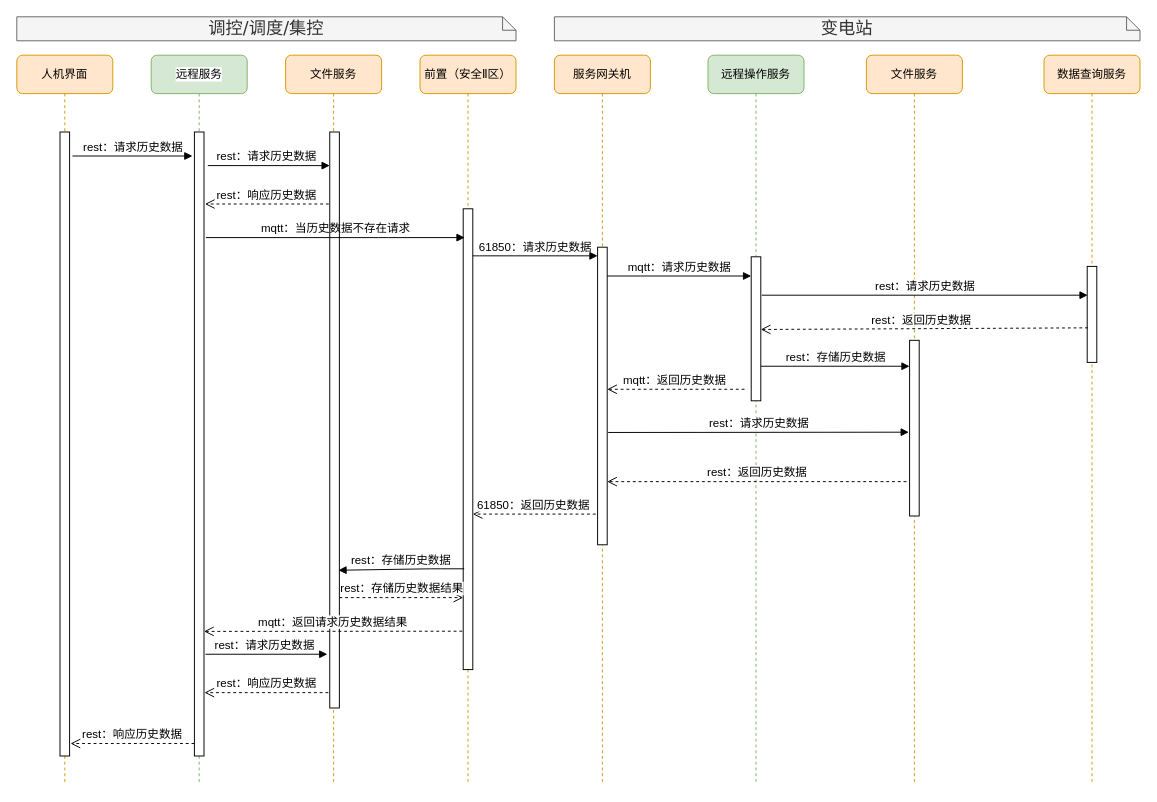
This is page "历史数据调阅" (1 of 4) of 远程服务.drawio from qwe995272801/taowenxiang, a draw.io file, before an edit. Source tidied: cells renumbered, new cells numbered last; positions are measured from the earlier drawing's top-left corner, leaving out a move shared by most shapes. Both pictures are drawn from the tidied source at 96%, with x=0, y=0 at pixel (16, 16).
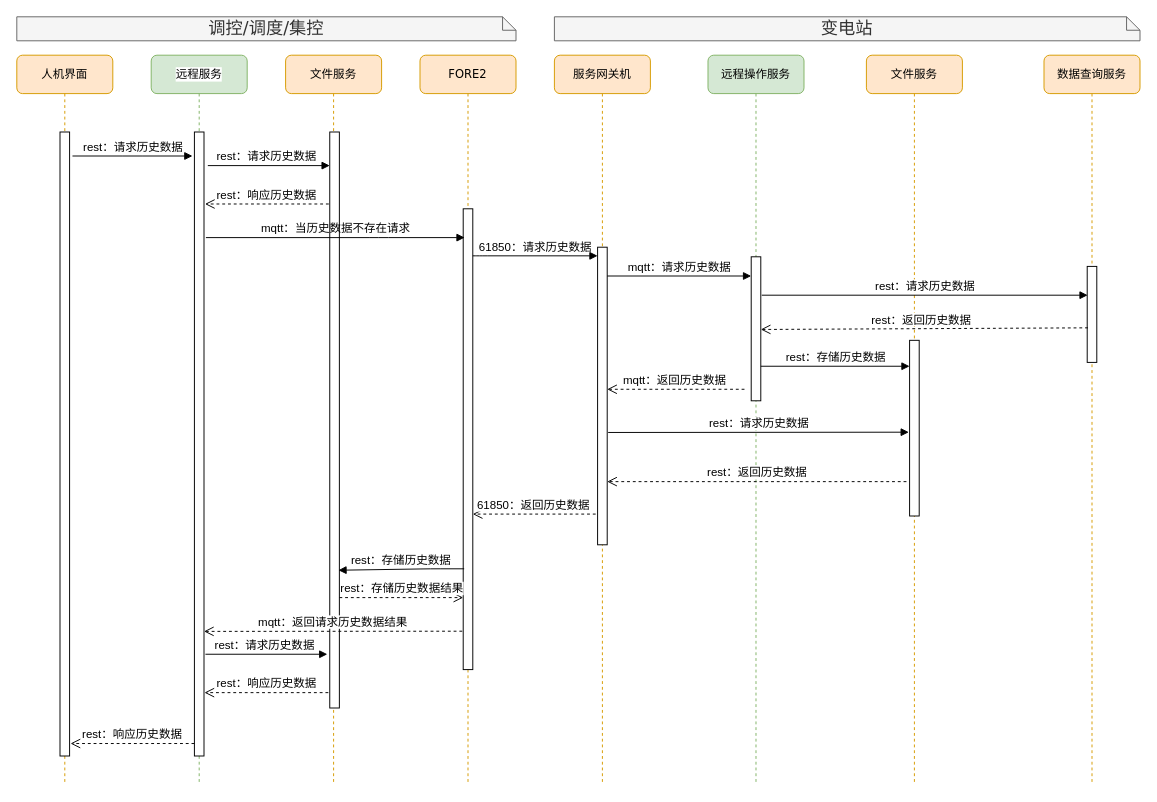
The same diagram, later.

What changed in the source:
```diff
@@
-    <mxCell id="4" value="前置（安全Ⅱ区）" style="shape=umlLifeline;perimeter=lifelinePerimeter;whiteSpace=wrap;html=1;rounded=1;shadow=0;comic=0;labelBackgroundColor=none;strokeWidth=1;fontFamily=Verdana;fontSize=12;align=center;fillColor=#ffe6cc;strokeColor=#d79b00;" parent="1" vertex="1">
+    <mxCell id="4" value="FORE2" style="shape=umlLifeline;perimeter=lifelinePerimeter;whiteSpace=wrap;html=1;rounded=1;shadow=0;comic=0;labelBackgroundColor=none;strokeWidth=1;fontFamily=Verdana;fontSize=12;align=center;fillColor=#ffe6cc;strokeColor=#d79b00;" parent="1" vertex="1">
       <mxGeometry x="420" y="40" width="100" height="760" as="geometry" />
     </mxCell>
```
